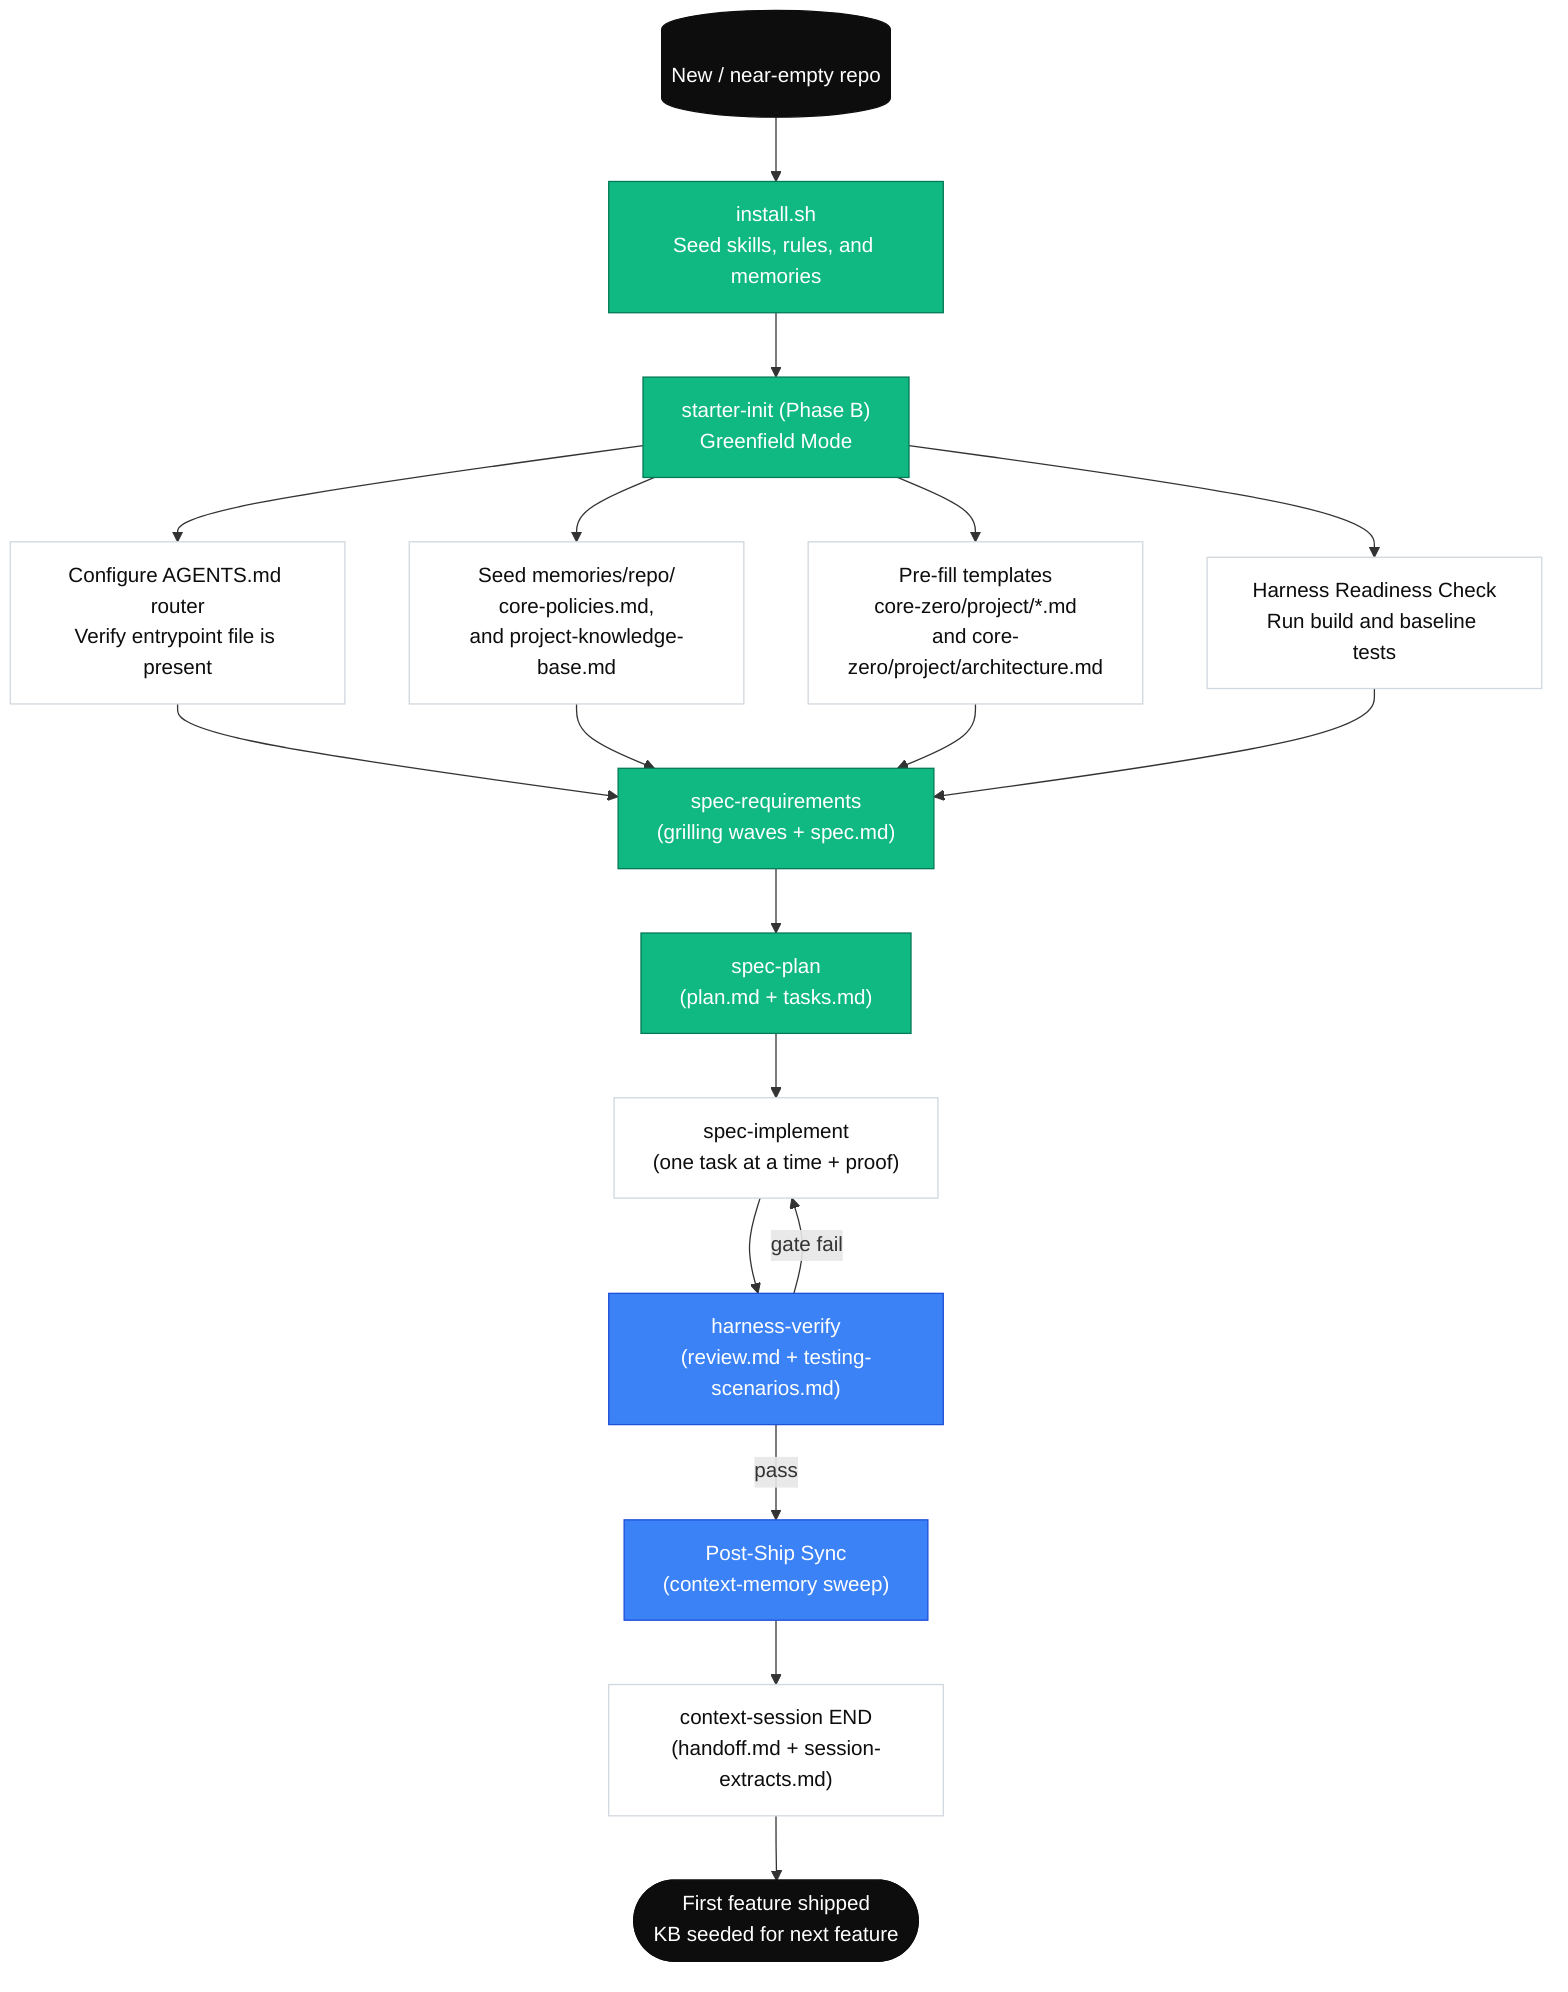
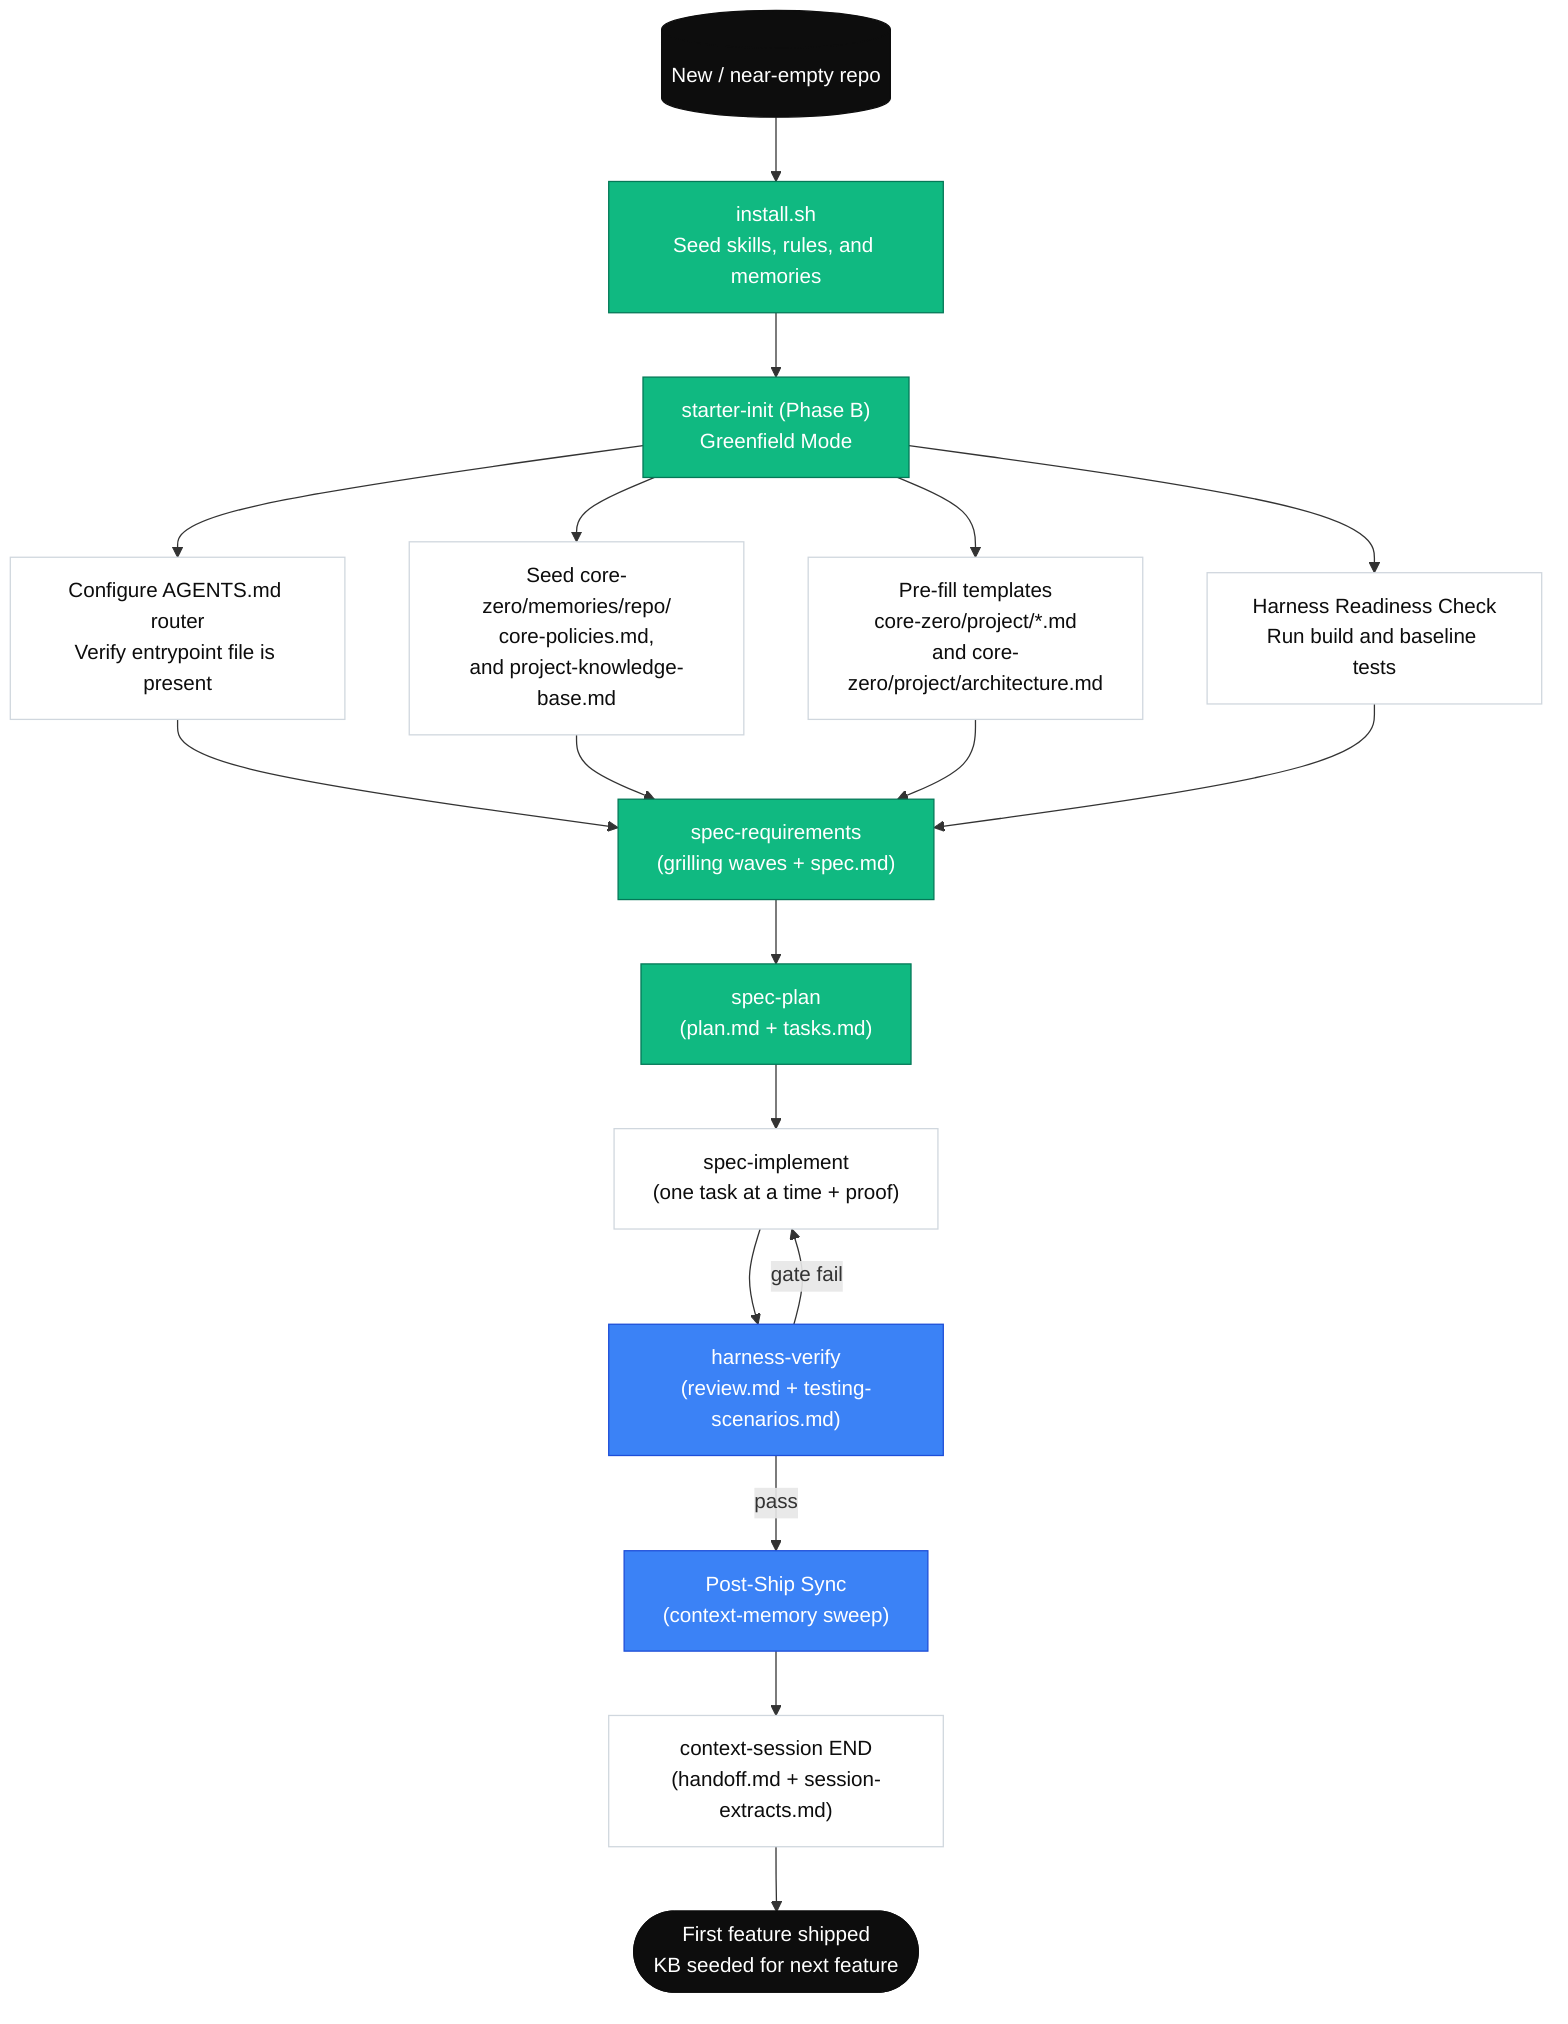
flowchart TD
    %% Greenfield Flow — new repo, install kit, ship first feature

    NEW[(New / near-empty repo)] --> BOOT["install.sh<br/>Seed skills, rules, and memories"]:::green
    BOOT --> INIT["starter-init (Phase B)<br/>Greenfield Mode"]:::green

    INIT --> AGENTS["Configure AGENTS.md router<br/>Verify entrypoint file is present"]:::step
-     INIT --> MEMSEED["Seed memories/repo/<br/>core-policies.md,<br/>and project-knowledge-base.md"]:::step
+     INIT --> MEMSEED["Seed core-zero/memories/repo/<br/>core-policies.md,<br/>and project-knowledge-base.md"]:::step
    INIT --> TMPL["Pre-fill templates<br/>core-zero/project/*.md<br/>and core-zero/project/architecture.md"]:::step
    INIT --> BASE["Harness Readiness Check<br/>Run build and baseline tests"]:::step

    AGENTS --> SPEC
    MEMSEED --> SPEC
    TMPL --> SPEC
    BASE --> SPEC["spec-requirements<br/>(grilling waves + spec.md)"]:::green

    SPEC --> PLAN["spec-plan<br/>(plan.md + tasks.md)"]:::green
    PLAN --> IMPL["spec-implement<br/>(one task at a time + proof)"]:::step
    IMPL --> VERIFY["harness-verify<br/>(review.md + testing-scenarios.md)"]:::gate

    VERIFY -- gate fail --> IMPL
    VERIFY -- pass --> SYNC["Post-Ship Sync<br/>(context-memory sweep)"]:::gate
    SYNC --> ENDS["context-session END<br/>(handoff.md + session-extracts.md)"]:::step
    ENDS --> DONE([First feature shipped<br/>KB seeded for next feature]):::terminal

    classDef terminal fill:#0d0d0d,stroke:#0d0d0d,color:#fff
    classDef green fill:#10b981,stroke:#047857,color:#fff
    classDef step fill:#fff,stroke:#d0d7de,color:#0d0d0d
    classDef gate fill:#3b82f6,stroke:#1d4ed8,color:#fff

    class NEW,DONE terminal
